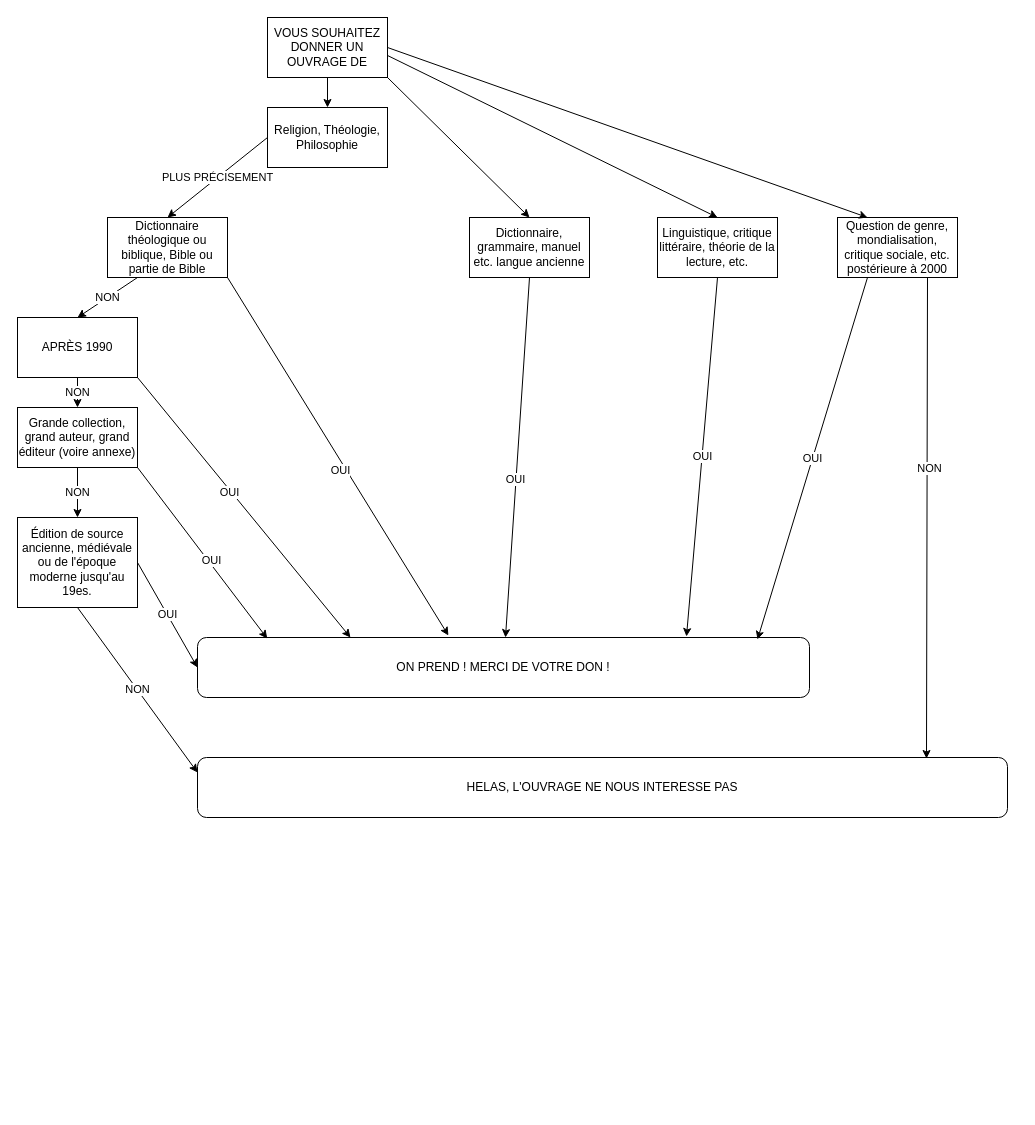
The draw.io diagram diagramme.drawio in CLCFrancophone/guide_don, before the edit. Source tidied: cells renumbered, new cells numbered last; positions are measured from the earlier drawing's top-left corner, leaving out a move shared by most shapes. Both pictures are drawn from the tidied source at 100%, with x=0, y=0 at pixel (17, 17).
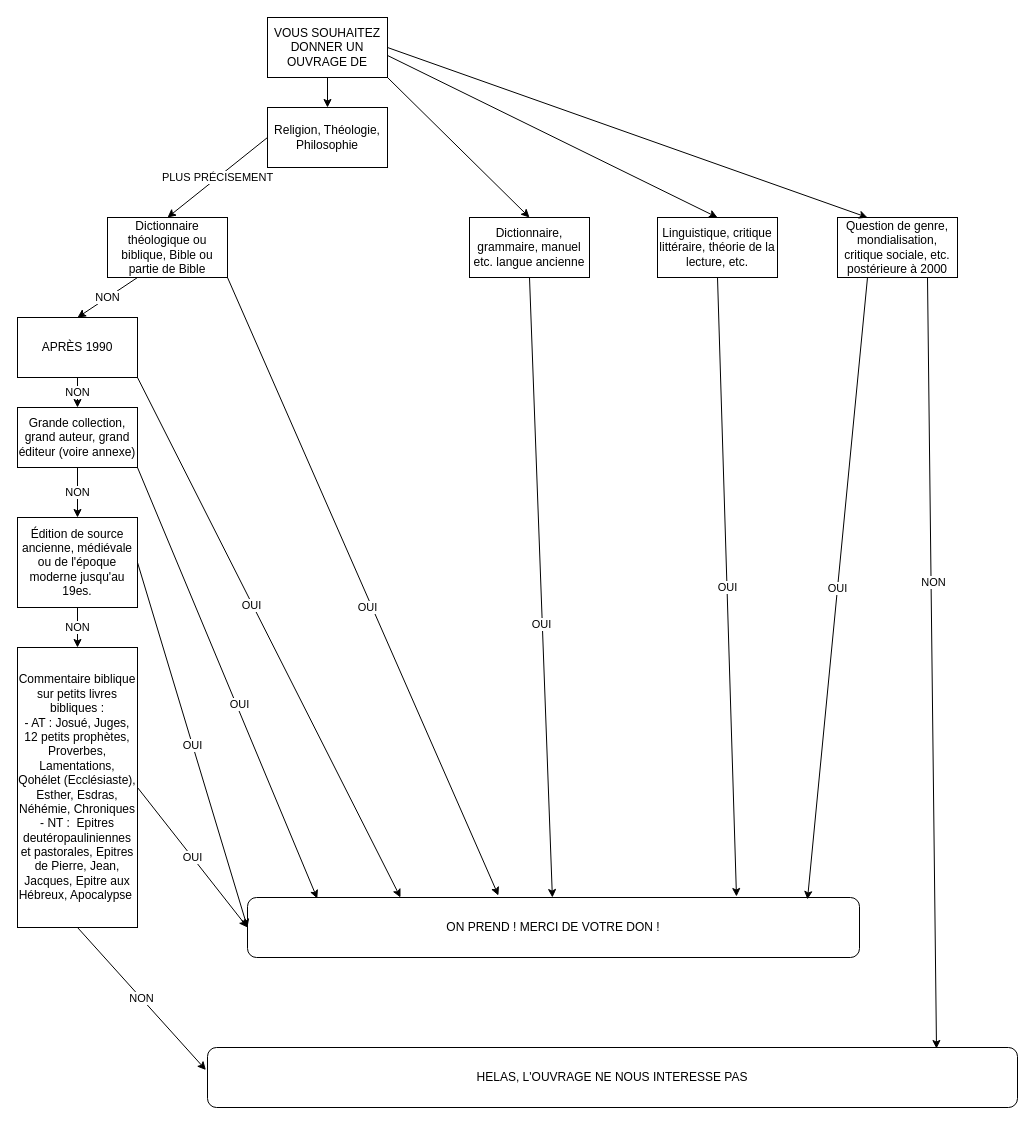
The same diagram, later.

Commit message (it also covers changes not shown here):
Préciser pour les livres bibliques ce qu'on prend comme commentaires

Unchanged cells that the change refers to:
```xml
<mxCell id="19" value="Édition de source ancienne, médiévale ou de l'époque moderne jusqu'au 19es. " style="rounded=0;whiteSpace=wrap;html=1;" parent="1" vertex="1">
  <mxGeometry y="500" width="120" height="90" as="geometry" />
</mxCell>
```

What changed in the source:
```diff
@@
     <mxCell id="4" value="ON PREND ! MERCI DE VOTRE DON !" style="rounded=1;whiteSpace=wrap;html=1;" parent="1" vertex="1">
-      <mxGeometry x="180" y="620" width="612" height="60" as="geometry" />
+      <mxGeometry x="230" y="880" width="612" height="60" as="geometry" />
     </mxCell>
@@
     <mxCell id="22" value="HELAS, L'OUVRAGE NE NOUS INTERESSE PAS" style="rounded=1;whiteSpace=wrap;html=1;" parent="1" vertex="1">
-      <mxGeometry x="180" y="740" width="810" height="60" as="geometry" />
+      <mxGeometry x="190" y="1030" width="810" height="60" as="geometry" />
     </mxCell>
-    <mxCell id="23" value="NON" style="endArrow=classic;html=1;rounded=0;entryX=0;entryY=0.25;entryDx=0;entryDy=0;exitX=0.5;exitY=1;exitDx=0;exitDy=0;" parent="1" edge="1" source="19" target="22">
+    <mxCell id="23" value="NON" style="endArrow=classic;html=1;rounded=0;entryX=0.5;entryY=0;entryDx=0;entryDy=0;exitX=0.5;exitY=1;exitDx=0;exitDy=0;" parent="1" edge="1" source="19" target="36">
       <mxGeometry relative="1" as="geometry" />
     </mxCell>
@@
+    <mxCell id="36" value="Commentaire biblique sur petits livres bibliques :&lt;br&gt;- AT : Josué, Juges, 12 petits prophètes, Proverbes, Lamentations, Qohélet (Ecclésiaste), Esther, Esdras, Néhémie, Chroniques&lt;br&gt;- NT :&amp;nbsp; Epitres deutéropauliniennes et pastorales, Epitres de Pierre, Jean, Jacques, Epitre aux Hébreux, Apocalypse&amp;nbsp;" style="rounded=0;whiteSpace=wrap;html=1;" parent="1" vertex="1">
+      <mxGeometry y="630" width="120" height="280" as="geometry" />
+    </mxCell>
+    <mxCell id="37" value="OUI" style="endArrow=classic;html=1;rounded=0;entryX=0;entryY=0.5;entryDx=0;entryDy=0;exitX=1;exitY=0.5;exitDx=0;exitDy=0;" parent="1" edge="1" source="36" target="4">
+      <mxGeometry relative="1" as="geometry" />
+    </mxCell>
+    <mxCell id="38" value="NON" style="endArrow=classic;html=1;rounded=0;entryX=-0.002;entryY=0.375;entryDx=0;entryDy=0;entryPerimeter=0;exitX=0.5;exitY=1;exitDx=0;exitDy=0;" parent="1" edge="1" source="36" target="22">
+      <mxGeometry relative="1" as="geometry" />
+    </mxCell>
```
